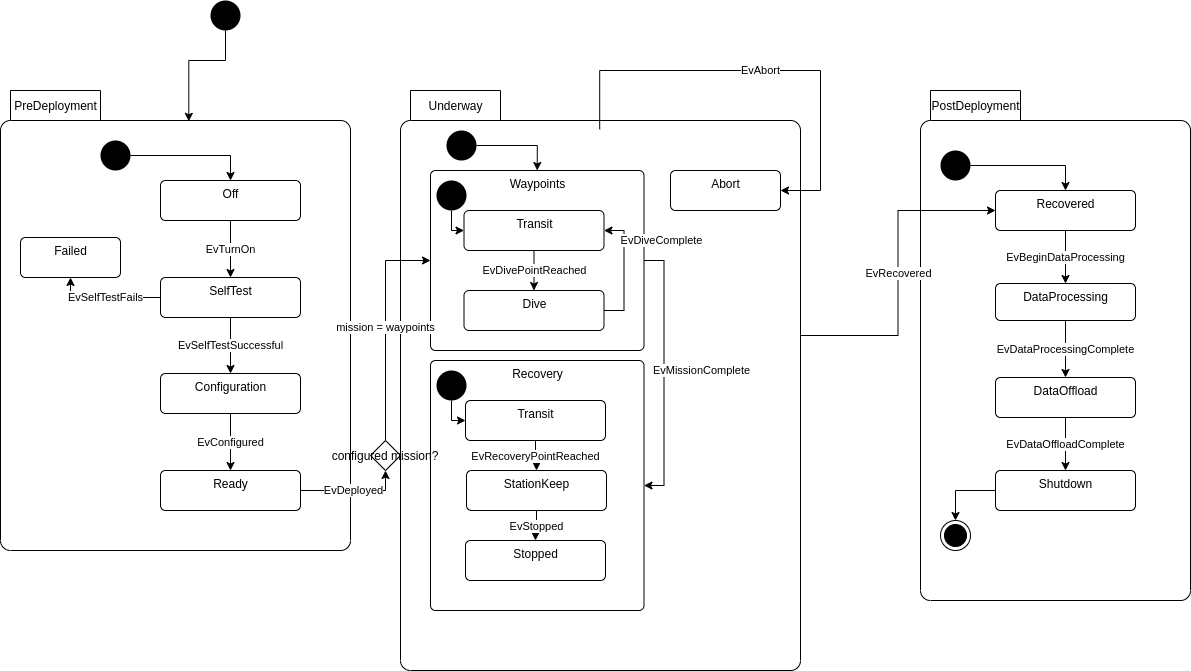
This is src/doc/figures/mission-states.png from jaiarobotics/jaiabot, a draw.io export, as it was before one commit. Source tidied: cells renumbered, new cells last; positions are measured from the earlier drawing's top-left corner, leaving out a move shared by most shapes.
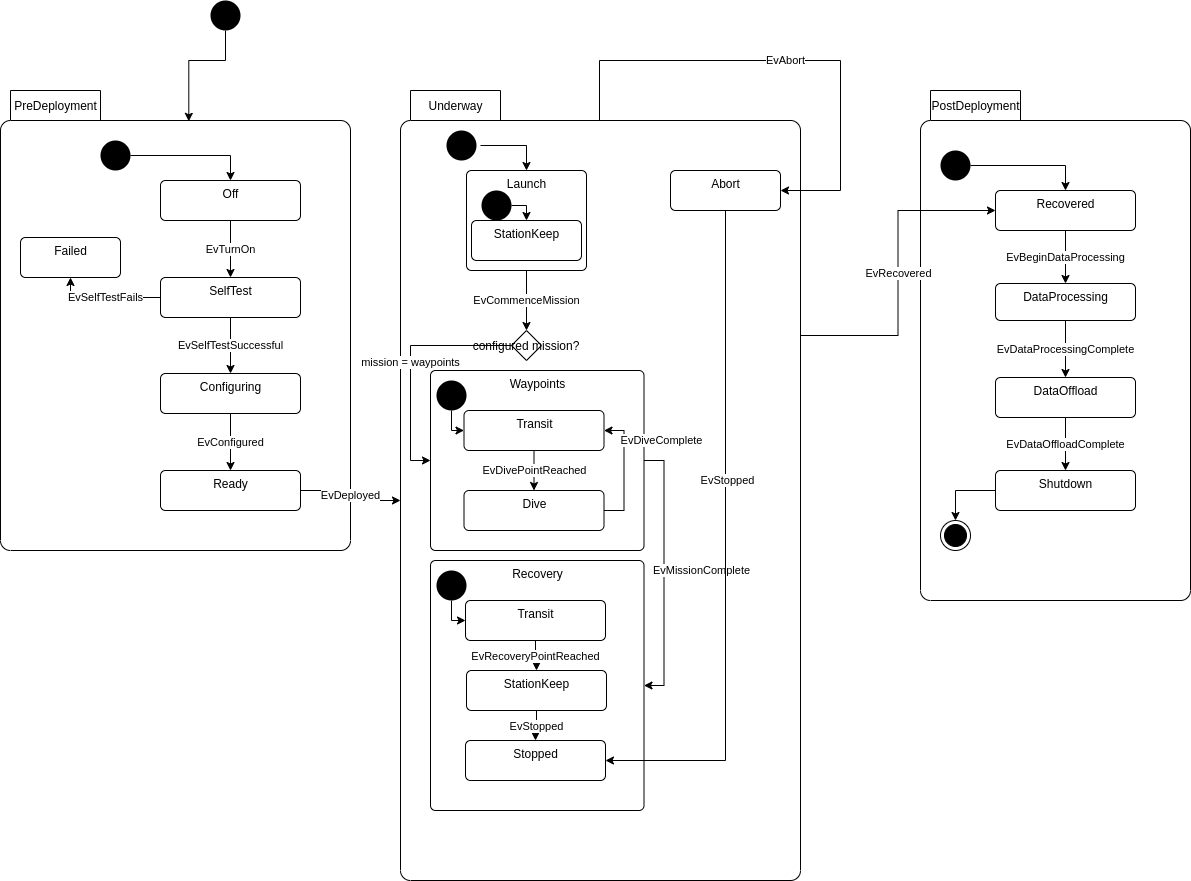
After the change.

What changed in the source:
```diff
@@ -56,7 +56,7 @@
     <mxCell id="19" value="EvTurnOn" style="edgeStyle=orthogonalEdgeStyle;rounded=0;jettySize=auto;html=1;" parent="15" edge="1" source="17" target="18">
       <mxGeometry relative="1" as="geometry" />
     </mxCell>
-    <mxCell id="20" value="Configuration" style="html=1;align=center;verticalAlign=top;rounded=1;absoluteArcSize=1;arcSize=10;dashed=0;" parent="15" vertex="1">
+    <mxCell id="20" value="Configuring" style="html=1;align=center;verticalAlign=top;rounded=1;absoluteArcSize=1;arcSize=10;dashed=0;" parent="15" vertex="1">
       <mxGeometry x="80" y="243" width="140" height="40" as="geometry" />
     </mxCell>
     <mxCell id="21" value="EvSelfTestSuccessful" style="edgeStyle=orthogonalEdgeStyle;rounded=0;jettySize=auto;html=1;" parent="15" edge="1" source="18" target="20">
@@ -77,24 +77,24 @@
       <mxGeometry x="20" y="10" width="30" height="30" as="geometry" />
     </mxCell>
     <mxCell id="26" style="group;" parent="1" vertex="1">
-      <mxGeometry x="400" y="130" width="400" height="540" as="geometry" />
+      <mxGeometry x="400" y="130" width="400" height="750" as="geometry" />
     </mxCell>
     <mxCell id="27" value="Underway" style="shape=folder;align=center;verticalAlign=middle;fontStyle=0;tabWidth=100;tabHeight=30;tabPosition=left;html=1;boundedLbl=1;labelInHeader=1;rounded=1;absoluteArcSize=1;arcSize=10;" parent="26" vertex="1">
-      <mxGeometry y="-40" width="400" height="580" as="geometry" />
+      <mxGeometry y="-40" width="400" height="790" as="geometry" />
     </mxCell>
     <mxCell id="28" value="EvMissionComplete" style="edgeStyle=orthogonalEdgeStyle;rounded=0;jettySize=auto;html=1;entryX=1;entryY=0.5;entryDx=0;entryDy=0;exitX=1;exitY=0.5;exitDx=0;exitDy=0;" parent="26" edge="1" source="29" target="34">
       <mxGeometry x="-0.02" y="37" relative="1" as="geometry" />
     </mxCell>
     <mxCell id="29" value="Waypoints" style="html=1;align=center;verticalAlign=top;rounded=1;absoluteArcSize=1;arcSize=10;dashed=0;" parent="26" vertex="1">
-      <mxGeometry x="30" y="40" width="213.5" height="180" as="geometry" />
+      <mxGeometry x="30" y="240" width="213.5" height="180" as="geometry" />
     </mxCell>
     <mxCell id="30" value="EvDivePointReached" style="edgeStyle=orthogonalEdgeStyle;rounded=0;jettySize=auto;html=1;" parent="26" edge="1" source="31">
       <mxGeometry relative="1" as="geometry">
-        <mxPoint x="133.5" y="160" as="targetPoint" />
+        <mxPoint x="133.5" y="360" as="targetPoint" />
       </mxGeometry>
     </mxCell>
     <mxCell id="31" value="Transit" style="html=1;align=center;verticalAlign=top;rounded=1;absoluteArcSize=1;arcSize=10;dashed=0;" parent="26" vertex="1">
-      <mxGeometry x="63.5" y="80" width="140" height="40" as="geometry" />
+      <mxGeometry x="63.5" y="280" width="140" height="40" as="geometry" />
     </mxCell>
     <mxCell id="32" value="EvDiveComplete" style="edgeStyle=orthogonalEdgeStyle;rounded=0;jettySize=auto;html=1;entryX=1;entryY=0.5;entryDx=0;entryDy=0;exitX=1;exitY=0.5;exitDx=0;exitDy=0;" parent="26" edge="1" source="33" target="31">
       <mxGeometry x="0.5" y="-36" relative="1" as="geometry">
@@ -102,26 +102,23 @@
       </mxGeometry>
     </mxCell>
     <mxCell id="33" value="Dive" style="html=1;align=center;verticalAlign=top;rounded=1;absoluteArcSize=1;arcSize=10;dashed=0;" parent="26" vertex="1">
-      <mxGeometry x="63.5" y="160" width="140" height="40" as="geometry" />
+      <mxGeometry x="63.5" y="360" width="140" height="40" as="geometry" />
     </mxCell>
     <mxCell id="34" value="Recovery" style="html=1;align=center;verticalAlign=top;rounded=1;absoluteArcSize=1;arcSize=10;dashed=0;" parent="26" vertex="1">
-      <mxGeometry x="30" y="230" width="213.5" height="250" as="geometry" />
+      <mxGeometry x="30" y="430" width="213.5" height="250" as="geometry" />
     </mxCell>
     <mxCell id="35" value="Transit" style="html=1;align=center;verticalAlign=top;rounded=1;absoluteArcSize=1;arcSize=10;dashed=0;" parent="26" vertex="1">
-      <mxGeometry x="65" y="270" width="140" height="40" as="geometry" />
+      <mxGeometry x="65" y="470" width="140" height="40" as="geometry" />
     </mxCell>
     <mxCell id="36" value="EvStopped" style="edgeStyle=orthogonalEdgeStyle;rounded=0;jettySize=auto;html=1;" parent="26" edge="1" source="37" target="47">
       <mxGeometry relative="1" as="geometry" />
     </mxCell>
     <mxCell id="37" value="StationKeep" style="html=1;align=center;verticalAlign=top;rounded=1;absoluteArcSize=1;arcSize=10;dashed=0;" parent="26" vertex="1">
-      <mxGeometry x="66" y="340" width="140" height="40" as="geometry" />
+      <mxGeometry x="66" y="540" width="140" height="40" as="geometry" />
     </mxCell>
     <mxCell id="38" value="EvRecoveryPointReached" style="edgeStyle=orthogonalEdgeStyle;rounded=0;jettySize=auto;html=1;" parent="26" edge="1" source="35" target="37">
       <mxGeometry relative="1" as="geometry" />
     </mxCell>
-    <mxCell id="39" style="edgeStyle=orthogonalEdgeStyle;rounded=0;jettySize=auto;html=1;entryX=0.5;entryY=0;entryDx=0;entryDy=0;exitX=1;exitY=0.5;exitDx=0;exitDy=0;" parent="26" edge="1" source="40" target="29">
-      <mxGeometry relative="1" as="geometry" />
-    </mxCell>
     <mxCell id="40" style="ellipse;fillColor=#000000;strokeColor=none;" parent="26" vertex="1">
       <mxGeometry x="46" width="30" height="30" as="geometry" />
     </mxCell>
@@ -129,38 +126,83 @@
       <mxGeometry relative="1" as="geometry" />
     </mxCell>
     <mxCell id="42" style="ellipse;fillColor=#000000;strokeColor=none;" parent="26" vertex="1">
-      <mxGeometry x="36" y="50" width="30" height="30" as="geometry" />
+      <mxGeometry x="36" y="250" width="30" height="30" as="geometry" />
     </mxCell>
     <mxCell id="43" style="edgeStyle=orthogonalEdgeStyle;rounded=0;jettySize=auto;html=1;entryX=0;entryY=0.5;entryDx=0;entryDy=0;" parent="26" edge="1" source="44" target="35">
       <mxGeometry relative="1" as="geometry" />
     </mxCell>
     <mxCell id="44" style="ellipse;fillColor=#000000;strokeColor=none;" parent="26" vertex="1">
-      <mxGeometry x="36" y="240" width="30" height="30" as="geometry" />
+      <mxGeometry x="36" y="440" width="30" height="30" as="geometry" />
     </mxCell>
+    <mxCell id="56" style="edgeStyle=orthogonalEdgeStyle;rounded=0;jettySize=auto;html=1;entryX=1;entryY=0.5;entryDx=0;entryDy=0;exitX=0.5;exitY=1;exitDx=0;exitDy=0;" parent="26" edge="1" source="45" target="47">
+      <mxGeometry relative="1" as="geometry" />
+    </mxCell>
+    <mxCell id="57" value="EvStopped" style="edgeLabel;html=1;align=center;verticalAlign=middle;" parent="56" vertex="1">
+      <mxGeometry x="-0.2" y="1" relative="1" as="geometry" />
+    </mxCell>
     <mxCell id="45" value="Abort" style="html=1;align=center;verticalAlign=top;rounded=1;absoluteArcSize=1;arcSize=10;dashed=0;" parent="26" vertex="1">
       <mxGeometry x="270" y="40" width="110" height="40" as="geometry" />
     </mxCell>
-    <mxCell id="46" value="EvAbort" style="edgeStyle=orthogonalEdgeStyle;rounded=0;jettySize=auto;html=1;entryX=1;entryY=0.5;entryDx=0;entryDy=0;exitX=0.498;exitY=0.067;exitDx=0;exitDy=0;exitPerimeter=0;" parent="26" edge="1" source="27" target="45">
-      <mxGeometry relative="1" as="geometry" />
+    <mxCell id="46" value="EvAbort" style="edgeStyle=orthogonalEdgeStyle;rounded=0;jettySize=auto;html=1;entryX=1;entryY=0.5;entryDx=0;entryDy=0;" parent="26" edge="1" target="45">
+      <mxGeometry relative="1" as="geometry">
+        <mxPoint x="199" y="-10" as="sourcePoint" />
+        <Array as="points">
+          <mxPoint x="199" y="-70" />
+          <mxPoint x="440" y="-70" />
+          <mxPoint x="440" y="60" />
+        </Array>
+      </mxGeometry>
     </mxCell>
     <mxCell id="47" value="Stopped" style="html=1;align=center;verticalAlign=top;rounded=1;absoluteArcSize=1;arcSize=10;dashed=0;" parent="26" vertex="1">
-      <mxGeometry x="65" y="410" width="140" height="40" as="geometry" />
+      <mxGeometry x="65" y="610" width="140" height="40" as="geometry" />
     </mxCell>
+    <mxCell id="58" value="EvCommenceMission" style="edgeStyle=orthogonalEdgeStyle;rounded=0;jettySize=auto;html=1;entryX=0.5;entryY=0;entryDx=0;entryDy=0;" parent="26" edge="1" source="59" target="52">
+      <mxGeometry relative="1" as="geometry" />
+    </mxCell>
+    <mxCell id="59" value="Launch" style="html=1;align=center;verticalAlign=top;rounded=1;absoluteArcSize=1;arcSize=10;dashed=0;" parent="26" vertex="1">
+      <mxGeometry x="66" y="40" width="120" height="100" as="geometry" />
+    </mxCell>
+    <mxCell id="52" value="configured mission?" style="rhombus;" parent="26" vertex="1">
+      <mxGeometry x="111" y="200" width="30" height="30" as="geometry" />
+    </mxCell>
+    <mxCell id="51" value="mission = waypoints" style="edgeStyle=orthogonalEdgeStyle;rounded=0;jettySize=auto;html=1;entryX=0;entryY=0.5;entryDx=0;entryDy=0;exitX=0;exitY=0.5;exitDx=0;exitDy=0;" parent="26" edge="1" source="52" target="29">
+      <mxGeometry relative="1" as="geometry">
+        <Array as="points">
+          <mxPoint x="10" y="215" />
+          <mxPoint x="10" y="330" />
+        </Array>
+      </mxGeometry>
+    </mxCell>
+    <mxCell id="60" value="StationKeep" style="html=1;align=center;verticalAlign=top;rounded=1;absoluteArcSize=1;arcSize=10;dashed=0;" parent="26" vertex="1">
+      <mxGeometry x="71" y="90" width="110" height="40" as="geometry" />
+    </mxCell>
+    <mxCell id="61" style="edgeStyle=orthogonalEdgeStyle;rounded=0;jettySize=auto;html=1;entryX=0.5;entryY=0;entryDx=0;entryDy=0;endArrow=classic;endFill=1;" parent="26" edge="1" target="59">
+      <mxGeometry relative="1" as="geometry">
+        <mxPoint x="80" y="15" as="sourcePoint" />
+        <Array as="points">
+          <mxPoint x="126" y="15" />
+        </Array>
+      </mxGeometry>
+    </mxCell>
+    <mxCell id="62" style="edgeStyle=orthogonalEdgeStyle;rounded=0;jettySize=auto;html=1;endArrow=classic;endFill=1;entryX=0.5;entryY=0;entryDx=0;entryDy=0;" parent="26" edge="1" source="63" target="60">
+      <mxGeometry relative="1" as="geometry">
+        <Array as="points">
+          <mxPoint x="126" y="75" />
+        </Array>
+      </mxGeometry>
+    </mxCell>
+    <mxCell id="63" style="ellipse;fillColor=#000000;strokeColor=none;" parent="26" vertex="1">
+      <mxGeometry x="81" y="60" width="30" height="30" as="geometry" />
+    </mxCell>
     <mxCell id="48" style="edgeStyle=orthogonalEdgeStyle;rounded=0;jettySize=auto;html=1;entryX=0.538;entryY=0.067;entryDx=0;entryDy=0;entryPerimeter=0;" parent="1" edge="1" source="49" target="16">
       <mxGeometry relative="1" as="geometry" />
     </mxCell>
     <mxCell id="49" style="ellipse;fillColor=#000000;strokeColor=none;" parent="1" vertex="1">
       <mxGeometry x="210" width="30" height="30" as="geometry" />
     </mxCell>
-    <mxCell id="50" value="EvDeployed" style="edgeStyle=orthogonalEdgeStyle;rounded=0;jettySize=auto;html=1;entryX=0.5;entryY=1;entryDx=0;entryDy=0;" parent="1" edge="1" source="22" target="52">
+    <mxCell id="50" value="EvDeployed" style="edgeStyle=orthogonalEdgeStyle;rounded=0;jettySize=auto;html=1;entryX=0;entryY=0;entryDx=0;entryDy=410;entryPerimeter=0;" parent="1" edge="1" source="22" target="27">
       <mxGeometry relative="1" as="geometry" />
     </mxCell>
-    <mxCell id="51" value="mission = waypoints" style="edgeStyle=orthogonalEdgeStyle;rounded=0;jettySize=auto;html=1;entryX=0;entryY=0.5;entryDx=0;entryDy=0;exitX=0.5;exitY=0;exitDx=0;exitDy=0;" parent="1" edge="1" source="52" target="29">
-      <mxGeometry relative="1" as="geometry" />
-    </mxCell>
-    <mxCell id="52" value="configured mission?" style="rhombus;" parent="1" vertex="1">
-      <mxGeometry x="370" y="440" width="30" height="30" as="geometry" />
-    </mxCell>
     <mxCell id="53" value="EvRecovered" style="edgeStyle=orthogonalEdgeStyle;rounded=0;jettySize=auto;html=1;entryX=0;entryY=0.5;entryDx=0;entryDy=0;exitX=0;exitY=0;exitDx=400;exitDy=245;exitPerimeter=0;" parent="1" edge="1" source="27" target="4">
       <mxGeometry relative="1" as="geometry" />
     </mxCell>
```
